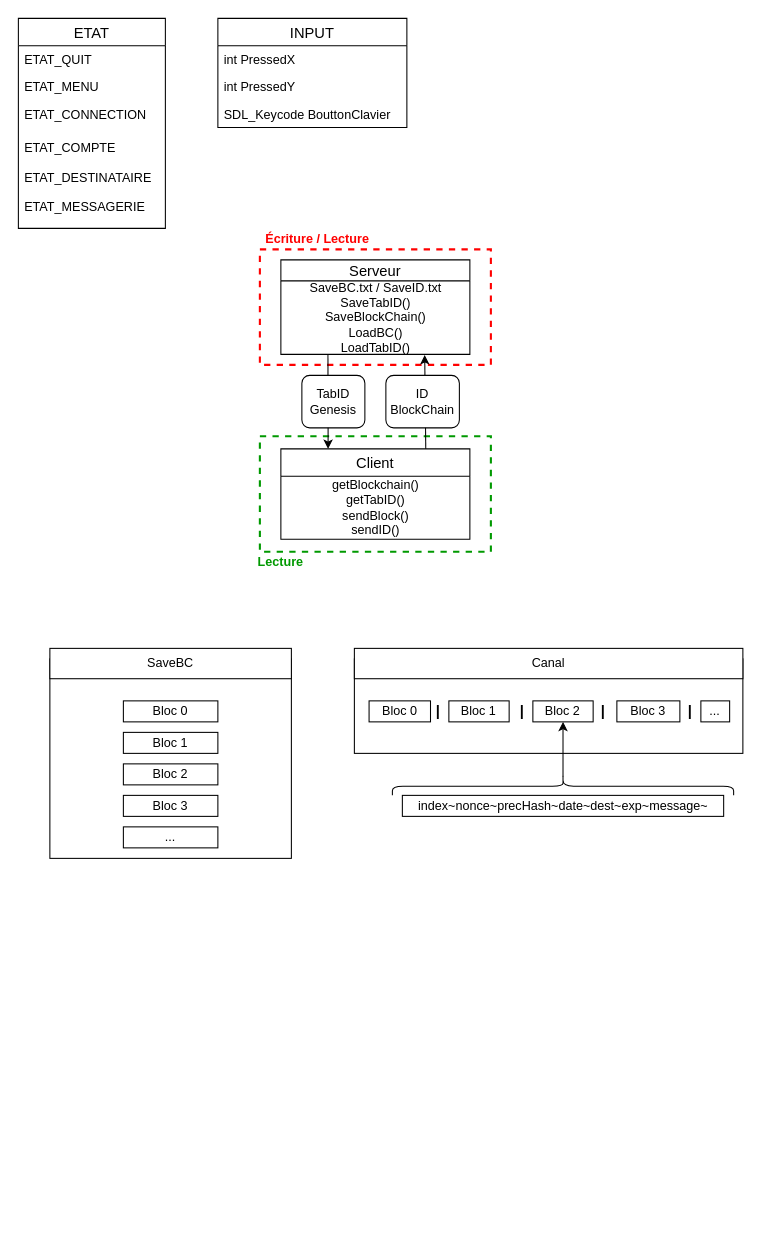
Above: page "Variable et Structures" (6 of 6) of AffichageBottle.drawio in lucasmaisonnave/BottleV2 (draw.io), before the change. Source tidied: cells renumbered, new cells numbered last; positions are measured from the earlier drawing's top-left corner, leaving out a move shared by most shapes. Both pictures are drawn from the tidied source at 105%, with x=0, y=0 at pixel (18, 18).
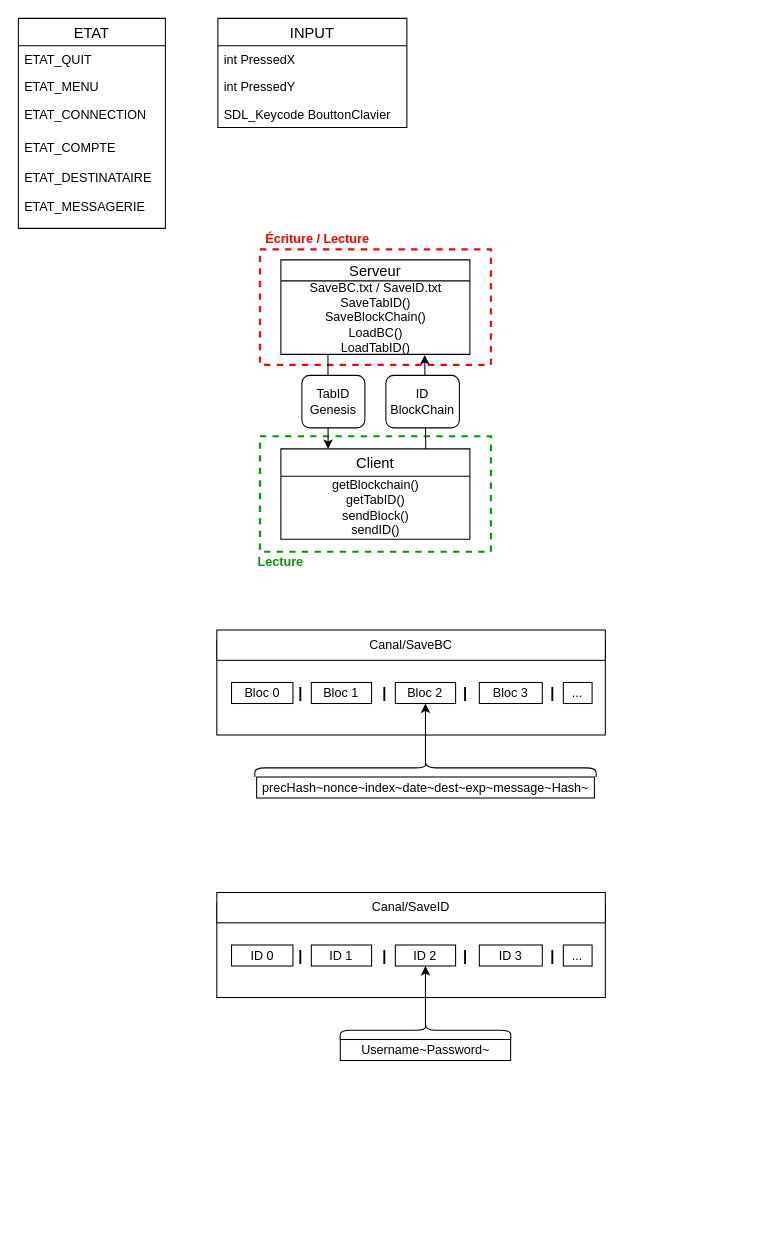
Above is the later version.

The change refers to these unchanged cells:
```xml
<mxCell id="34" style="group;" parent="33" vertex="1">
  <mxGeometry width="370" height="312.5" as="geometry" />
</mxCell>
```

The edit, as a diff of the source:
```diff
@@
-    <mxCell id="24" style="group;" parent="1" vertex="1">
-      <mxGeometry x="30" y="580" width="230" height="220" as="geometry" />
-    </mxCell>
-    <mxCell id="25" style="group;" parent="24" vertex="1">
-      <mxGeometry width="230" height="220" as="geometry" />
-    </mxCell>
-    <mxCell id="26" style="rounded=0;whiteSpace=wrap;html=1;" parent="25" vertex="1">
-      <mxGeometry y="30" width="230" height="190" as="geometry" />
-    </mxCell>
-    <mxCell id="27" value="SaveBC" style="rounded=0;whiteSpace=wrap;html=1;" parent="25" vertex="1">
-      <mxGeometry y="20" width="230" height="28.9" as="geometry" />
-    </mxCell>
-    <mxCell id="28" value="Bloc 0" style="rounded=0;whiteSpace=wrap;html=1;" parent="25" vertex="1">
-      <mxGeometry x="70" y="70" width="90" height="20" as="geometry" />
-    </mxCell>
-    <mxCell id="29" value="Bloc 3" style="rounded=0;whiteSpace=wrap;html=1;" parent="25" vertex="1">
-      <mxGeometry x="70" y="160" width="90" height="20" as="geometry" />
-    </mxCell>
-    <mxCell id="30" value="Bloc 2" style="rounded=0;whiteSpace=wrap;html=1;" parent="25" vertex="1">
-      <mxGeometry x="70" y="130" width="90" height="20" as="geometry" />
-    </mxCell>
-    <mxCell id="31" value="Bloc 1" style="rounded=0;whiteSpace=wrap;html=1;" parent="25" vertex="1">
-      <mxGeometry x="70" y="100" width="90" height="20" as="geometry" />
-    </mxCell>
-    <mxCell id="32" value="..." style="rounded=0;whiteSpace=wrap;html=1;" parent="25" vertex="1">
-      <mxGeometry x="70" y="190" width="90" height="20" as="geometry" />
-    </mxCell>
     <mxCell id="33" style="group;" parent="1" vertex="1">
-      <mxGeometry x="320" y="580" width="370" height="312.5" as="geometry" />
+      <mxGeometry x="189" y="562.5" width="370" height="312.5" as="geometry" />
     </mxCell>
@@
-    <mxCell id="36" value="Canal" style="rounded=0;whiteSpace=wrap;html=1;" parent="34" vertex="1">
+    <mxCell id="36" value="Canal/SaveBC" style="rounded=0;whiteSpace=wrap;html=1;" parent="34" vertex="1">
       <mxGeometry y="20" width="370" height="28.9" as="geometry" />
     </mxCell>
@@
-    <mxCell id="48" value="index~nonce~precHash~date~dest~exp~message~" style="rounded=0;whiteSpace=wrap;html=1;" parent="34" vertex="1">
-      <mxGeometry x="45.7" y="160" width="306" height="20" as="geometry" />
+    <mxCell id="48" value="precHash~nonce~index~date~dest~exp~message~Hash~" style="rounded=0;whiteSpace=wrap;html=1;" parent="34" vertex="1">
+      <mxGeometry x="37.9" y="160" width="321.7" height="20" as="geometry" />
     </mxCell>
+    <mxCell id="49" style="group;" parent="1" vertex="1">
+      <mxGeometry x="320" y="830" width="370" height="312.5" as="geometry" />
+    </mxCell>
+    <mxCell id="50" style="group;" parent="49" vertex="1">
+      <mxGeometry width="370" height="312.5" as="geometry" />
+    </mxCell>
+    <mxCell id="51" style="rounded=0;whiteSpace=wrap;html=1;" parent="50" vertex="1">
+      <mxGeometry x="-131" y="12.5" width="370" height="90" as="geometry" />
+    </mxCell>
+    <mxCell id="52" value="Canal/SaveID" style="rounded=0;whiteSpace=wrap;html=1;" parent="50" vertex="1">
+      <mxGeometry x="-131" y="2.5" width="370" height="28.9" as="geometry" />
+    </mxCell>
+    <mxCell id="53" value="ID 0" style="rounded=0;whiteSpace=wrap;html=1;" parent="50" vertex="1">
+      <mxGeometry x="-117" y="52.5" width="58.5" height="20" as="geometry" />
+    </mxCell>
+    <mxCell id="54" value="ID 3" style="rounded=0;whiteSpace=wrap;html=1;" parent="50" vertex="1">
+      <mxGeometry x="119" y="52.5" width="60" height="20" as="geometry" />
+    </mxCell>
+    <mxCell id="55" value="ID 2" style="rounded=0;whiteSpace=wrap;html=1;" parent="50" vertex="1">
+      <mxGeometry x="39" y="52.5" width="57.4" height="20" as="geometry" />
+    </mxCell>
+    <mxCell id="56" value="ID 1" style="rounded=0;whiteSpace=wrap;html=1;" parent="50" vertex="1">
+      <mxGeometry x="-41" y="52.5" width="57.4" height="20" as="geometry" />
+    </mxCell>
+    <mxCell id="32" value="..." style="rounded=0;whiteSpace=wrap;html=1;" parent="50" vertex="1">
+      <mxGeometry x="199" y="52.5" width="27.4" height="20" as="geometry" />
+    </mxCell>
+    <mxCell id="57" value="&lt;b&gt;&lt;font style=&quot;font-size: 14px&quot;&gt;|&lt;/font&gt;&lt;/b&gt;" style="text;html=1;strokeColor=none;fillColor=none;align=center;verticalAlign=middle;whiteSpace=wrap;rounded=0;" parent="50" vertex="1">
+      <mxGeometry x="-71" y="52.5" width="40" height="20" as="geometry" />
+    </mxCell>
+    <mxCell id="58" value="&lt;b&gt;&lt;font style=&quot;font-size: 14px&quot;&gt;|&lt;/font&gt;&lt;/b&gt;" style="text;html=1;strokeColor=none;fillColor=none;align=center;verticalAlign=middle;whiteSpace=wrap;rounded=0;" parent="50" vertex="1">
+      <mxGeometry x="9" y="52.5" width="40" height="20" as="geometry" />
+    </mxCell>
+    <mxCell id="59" value="&lt;b&gt;&lt;font style=&quot;font-size: 14px&quot;&gt;|&lt;/font&gt;&lt;/b&gt;" style="text;html=1;strokeColor=none;fillColor=none;align=center;verticalAlign=middle;whiteSpace=wrap;rounded=0;" parent="50" vertex="1">
+      <mxGeometry x="86.4" y="52.5" width="40" height="20" as="geometry" />
+    </mxCell>
+    <mxCell id="60" value="&lt;b&gt;&lt;font style=&quot;font-size: 14px&quot;&gt;|&lt;/font&gt;&lt;/b&gt;" style="text;html=1;strokeColor=none;fillColor=none;align=center;verticalAlign=middle;whiteSpace=wrap;rounded=0;" parent="50" vertex="1">
+      <mxGeometry x="169" y="52.5" width="40" height="20" as="geometry" />
+    </mxCell>
+    <mxCell id="61" style="edgeStyle=orthogonalEdgeStyle;rounded=0;jettySize=auto;html=1;exitX=0.1;exitY=0.5;exitDx=0;exitDy=0;exitPerimeter=0;entryX=0.5;entryY=1;entryDx=0;entryDy=0;" parent="50" edge="1" source="62" target="55">
+      <mxGeometry relative="1" as="geometry" />
+    </mxCell>
+    <mxCell id="62" style="shape=curlyBracket;whiteSpace=wrap;html=1;rounded=1;rotation=90;size=0.5654999999999972;" parent="50" vertex="1">
+      <mxGeometry x="57.7" y="51.2" width="20" height="162.5" as="geometry" />
+    </mxCell>
+    <mxCell id="63" value="Username~Password~" style="rounded=0;whiteSpace=wrap;html=1;" parent="50" vertex="1">
+      <mxGeometry x="-13.4" y="142.5" width="162.2" height="20" as="geometry" />
+    </mxCell>
```
